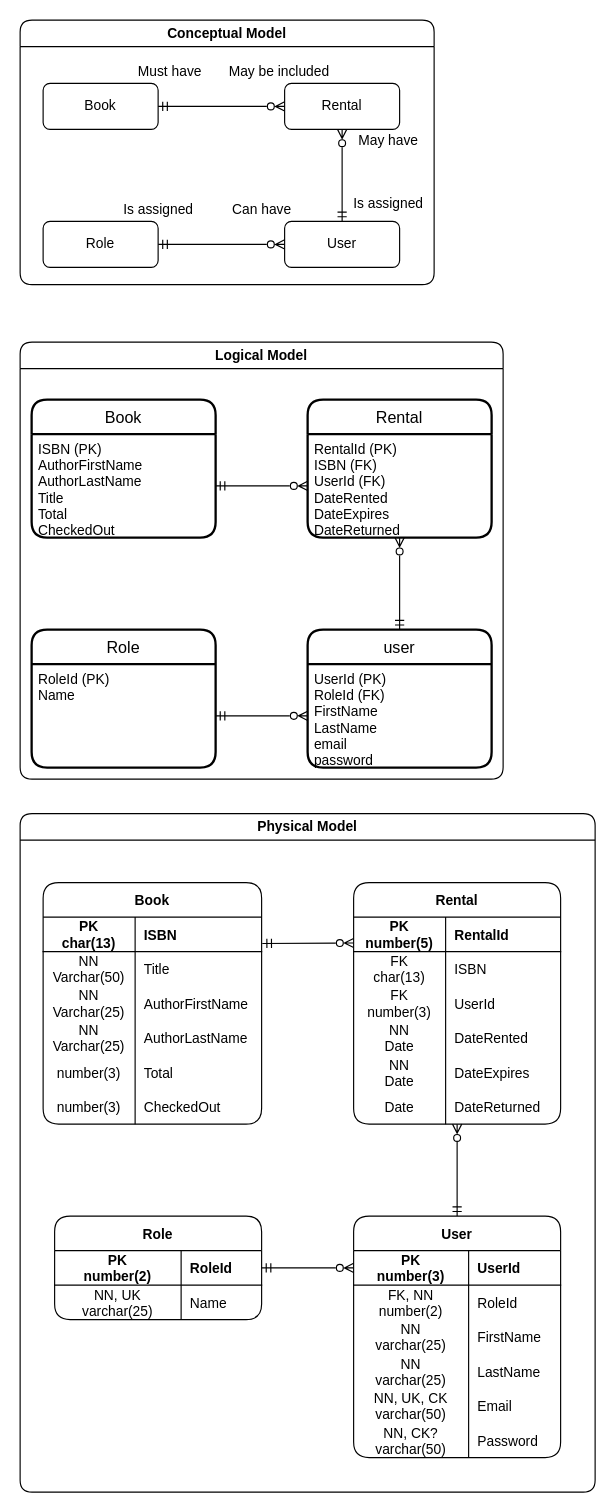
brokolidev/sait-oop2-final keeps this draw.io diagram as SystemDesign/Entity_Relationship_Diagram.drawio. Above is the earlier version. Source tidied: cells renumbered, new cells numbered last; positions are measured from the earlier drawing's top-left corner, leaving out a move shared by most shapes. Both pictures are drawn from the tidied source at 115%, with x=0, y=0 at pixel (20, 20).
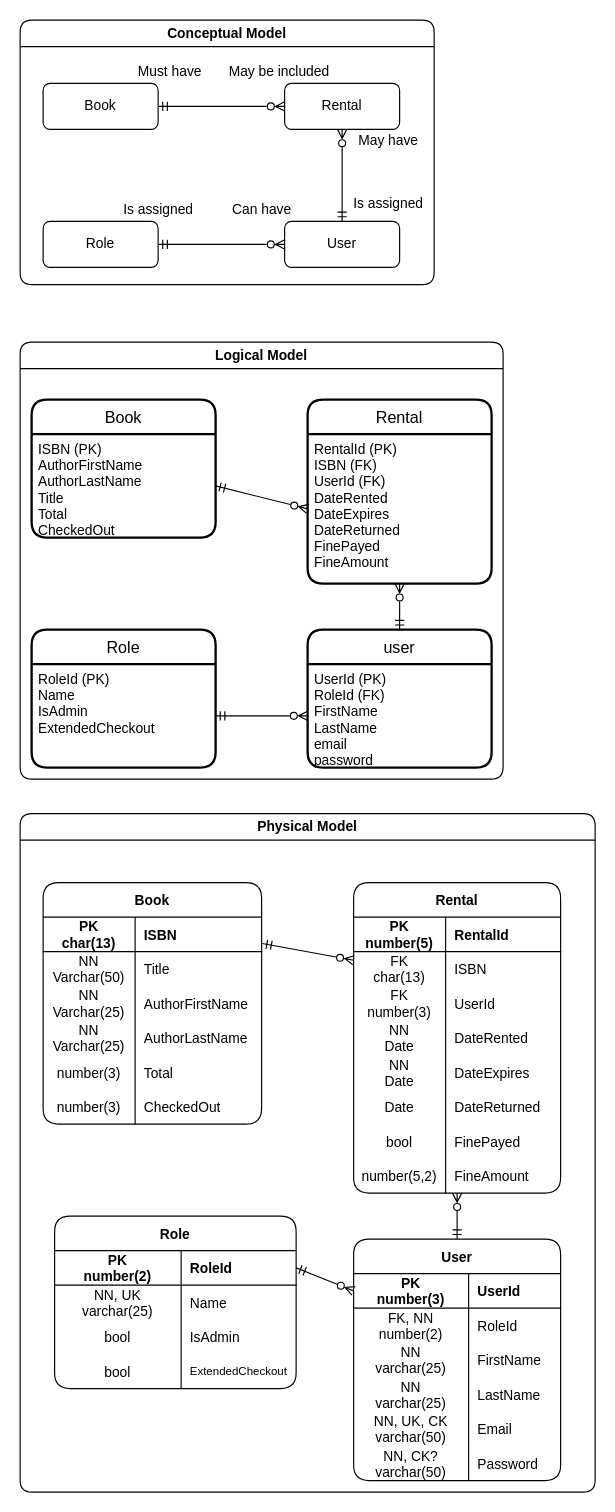
The same diagram, later.

Unchanged cells that the change refers to:
```xml
<mxCell id="16" value="Logical Model" style="swimlane;whiteSpace=wrap;html=1;rounded=1;" parent="1" vertex="1">
  <mxGeometry y="280" width="420" height="380" as="geometry" />
</mxCell>
<mxCell id="21" value="Role" style="swimlane;horizontal=1;startSize=30;rounded=1;fontSize=14;fontStyle=0;strokeWidth=2;shadow=0;dashed=0;align=center;" parent="16" vertex="1">
  <mxGeometry x="10" y="250" width="160" height="120" as="geometry" />
</mxCell>
<mxCell id="28" value="Physical Model" style="swimlane;whiteSpace=wrap;html=1;rounded=1;" parent="1" vertex="1">
  <mxGeometry y="690" width="500" height="590" as="geometry" />
</mxCell>
<mxCell id="65" style="shape=tableRow;horizontal=0;startSize=0;swimlaneHead=0;swimlaneBody=0;fillColor=none;points=[[0,0.5],[1,0.5]];portConstraint=eastwest;top=0;left=0;right=0;bottom=0;rounded=1;" parent="49" vertex="1">
  <mxGeometry y="180" width="180" height="30" as="geometry" />
</mxCell>
```

Change to the diagram source:
```diff
@@
     <mxCell id="19" value="Rental" style="swimlane;horizontal=1;startSize=30;rounded=1;fontSize=14;fontStyle=0;strokeWidth=2;shadow=0;dashed=0;align=center;arcSize=15;" parent="16" vertex="1">
-      <mxGeometry x="250" y="50" width="160" height="120" as="geometry" />
+      <mxGeometry x="250" y="50" width="160" height="160" as="geometry" />
     </mxCell>
-    <mxCell id="20" value="RentalId (PK)&#10;ISBN (FK)&#10;UserId (FK)&#10;DateRented&#10;DateExpires&#10;DateReturned" style="align=left;strokeColor=none;fillColor=none;spacingLeft=4;fontSize=12;verticalAlign=top;rounded=1;" parent="19" vertex="1">
-      <mxGeometry y="30" width="160" height="90" as="geometry" />
+    <mxCell id="20" value="RentalId (PK)&#10;ISBN (FK)&#10;UserId (FK)&#10;DateRented&#10;DateExpires&#10;DateReturned&#10;FinePayed&#10;FineAmount" style="align=left;strokeColor=none;fillColor=none;spacingLeft=4;fontSize=12;verticalAlign=top;rounded=1;" parent="19" vertex="1">
+      <mxGeometry y="30" width="160" height="130" as="geometry" />
     </mxCell>
@@
-    <mxCell id="22" value="RoleId (PK)&#10;Name" style="align=left;strokeColor=none;fillColor=none;spacingLeft=4;fontSize=12;verticalAlign=top;rounded=1;" parent="21" vertex="1">
+    <mxCell id="22" value="RoleId (PK)&#10;Name&#10;IsAdmin&#10;ExtendedCheckout" style="align=left;strokeColor=none;fillColor=none;spacingLeft=4;fontSize=12;verticalAlign=top;rounded=1;" parent="21" vertex="1">
       <mxGeometry y="30" width="160" height="90" as="geometry" />
     </mxCell>
@@
     <mxCell id="49" value="Rental" style="shape=table;startSize=30;childLayout=tableLayout;rowLines=0;fontStyle=1;align=center;rounded=1;" parent="28" vertex="1">
-      <mxGeometry x="290" y="60" width="180" height="210" as="geometry" />
+      <mxGeometry x="290" y="60" width="180" height="270" as="geometry" />
     </mxCell>
@@
+    <mxCell id="96" style="shape=tableRow;horizontal=0;startSize=0;swimlaneHead=0;swimlaneBody=0;fillColor=none;top=0;left=0;right=0;bottom=0;" parent="49" vertex="1">
+      <mxGeometry y="210" width="180" height="30" as="geometry" />
+    </mxCell>
+    <mxCell id="97" value="bool" style="shape=partialRectangle;fillColor=none;top=0;left=0;bottom=0;right=0;fontStyle=0;overflow=hidden;" parent="96" vertex="1">
+      <mxGeometry width="80" height="30" as="geometry" />
+    </mxCell>
+    <mxCell id="98" value="FinePayed" style="shape=partialRectangle;fillColor=none;top=0;left=0;bottom=0;right=0;align=left;spacingLeft=6;fontStyle=0;overflow=hidden;" parent="96" vertex="1">
+      <mxGeometry x="80" width="100" height="30" as="geometry" />
+    </mxCell>
+    <mxCell id="99" style="shape=tableRow;horizontal=0;startSize=0;swimlaneHead=0;swimlaneBody=0;fillColor=none;top=0;left=0;right=0;bottom=0;fontSize=10;" parent="49" vertex="1">
+      <mxGeometry y="240" width="180" height="30" as="geometry" />
+    </mxCell>
+    <mxCell id="100" value="number(5,2)" style="shape=partialRectangle;fillColor=none;top=0;left=0;bottom=0;right=0;fontStyle=0;overflow=hidden;fontSize=12;" parent="99" vertex="1">
+      <mxGeometry width="80" height="30" as="geometry" />
+    </mxCell>
+    <mxCell id="101" value="FineAmount" style="shape=partialRectangle;fillColor=none;top=0;left=0;bottom=0;right=0;align=left;spacingLeft=6;fontStyle=0;overflow=hidden;fontSize=12;" parent="99" vertex="1">
+      <mxGeometry x="80" width="100" height="30" as="geometry" />
+    </mxCell>
     <mxCell id="68" value="Role" style="shape=table;startSize=30;childLayout=tableLayout;rowLines=0;fontStyle=1;align=center;rounded=1;" parent="28" vertex="1">
-      <mxGeometry x="30" y="350" width="180" height="90" as="geometry" />
+      <mxGeometry x="30" y="350" width="210" height="150" as="geometry" />
     </mxCell>
     <mxCell id="69" style="shape=tableRow;horizontal=0;startSize=0;swimlaneHead=0;swimlaneBody=0;fillColor=none;points=[[0,0.5],[1,0.5]];portConstraint=eastwest;top=0;left=0;right=0;bottom=1;rounded=1;" parent="68" vertex="1">
-      <mxGeometry y="30" width="180" height="30" as="geometry" />
+      <mxGeometry y="30" width="210" height="30" as="geometry" />
     </mxCell>
@@
     <mxCell id="71" value="RoleId" style="shape=partialRectangle;fillColor=none;top=0;left=0;bottom=0;right=0;align=left;spacingLeft=6;fontStyle=1;overflow=hidden;rounded=1;" parent="69" vertex="1">
-      <mxGeometry x="110" width="70" height="30" as="geometry" />
+      <mxGeometry x="110" width="100" height="30" as="geometry" />
     </mxCell>
     <mxCell id="72" style="shape=tableRow;horizontal=0;startSize=0;swimlaneHead=0;swimlaneBody=0;fillColor=none;top=0;left=0;right=0;bottom=0;rounded=1;" parent="68" vertex="1">
-      <mxGeometry y="60" width="180" height="30" as="geometry" />
+      <mxGeometry y="60" width="210" height="30" as="geometry" />
     </mxCell>
@@
     <mxCell id="74" value="Name" style="shape=partialRectangle;fillColor=none;top=0;left=0;bottom=0;right=0;align=left;spacingLeft=6;overflow=hidden;rounded=1;" parent="72" vertex="1">
-      <mxGeometry x="110" width="70" height="30" as="geometry" />
+      <mxGeometry x="110" width="100" height="30" as="geometry" />
     </mxCell>
+    <mxCell id="102" style="shape=tableRow;horizontal=0;startSize=0;swimlaneHead=0;swimlaneBody=0;fillColor=none;top=0;left=0;right=0;bottom=0;" parent="68" vertex="1">
+      <mxGeometry y="90" width="210" height="30" as="geometry" />
+    </mxCell>
+    <mxCell id="103" value="bool" style="shape=partialRectangle;fillColor=none;top=0;left=0;bottom=0;right=0;fontStyle=0;overflow=hidden;" parent="102" vertex="1">
+      <mxGeometry width="110" height="30" as="geometry" />
+    </mxCell>
+    <mxCell id="104" value="IsAdmin" style="shape=partialRectangle;fillColor=none;top=0;left=0;bottom=0;right=0;align=left;spacingLeft=6;fontStyle=0;overflow=hidden;" parent="102" vertex="1">
+      <mxGeometry x="110" width="100" height="30" as="geometry" />
+    </mxCell>
+    <mxCell id="105" style="shape=tableRow;horizontal=0;startSize=0;swimlaneHead=0;swimlaneBody=0;fillColor=none;top=0;left=0;right=0;bottom=0;" parent="68" vertex="1">
+      <mxGeometry y="120" width="210" height="30" as="geometry" />
+    </mxCell>
+    <mxCell id="106" value="bool" style="shape=partialRectangle;fillColor=none;top=0;left=0;bottom=0;right=0;fontStyle=0;overflow=hidden;" parent="105" vertex="1">
+      <mxGeometry width="110" height="30" as="geometry" />
+    </mxCell>
+    <mxCell id="107" value="ExtendedCheckout" style="shape=partialRectangle;fillColor=none;top=0;left=0;bottom=0;right=0;align=left;spacingLeft=6;fontStyle=0;overflow=hidden;fontSize=10;" parent="105" vertex="1">
+      <mxGeometry x="110" width="100" height="30" as="geometry" />
+    </mxCell>
-    <mxCell id="75" style="edgeStyle=none;rounded=1;html=1;exitX=0.5;exitY=0;exitDx=0;exitDy=0;entryX=0.5;entryY=1;entryDx=0;entryDy=0;entryPerimeter=0;startArrow=ERmandOne;startFill=0;endArrow=ERzeroToMany;endFill=0;" parent="28" edge="1" source="76" target="65">
-      <mxGeometry relative="1" as="geometry" />
+    <mxCell id="75" style="edgeStyle=none;rounded=1;html=1;exitX=0.5;exitY=0;exitDx=0;exitDy=0;startArrow=ERmandOne;startFill=0;endArrow=ERzeroToMany;endFill=0;" parent="28" edge="1" source="76">
+      <mxGeometry relative="1" as="geometry">
+        <mxPoint x="380" y="330" as="targetPoint" />
+      </mxGeometry>
     </mxCell>
     <mxCell id="76" value="User" style="shape=table;startSize=30;childLayout=tableLayout;rowLines=0;fontStyle=1;align=center;rounded=1;" parent="28" vertex="1">
-      <mxGeometry x="290" y="350" width="180" height="210" as="geometry" />
+      <mxGeometry x="290" y="370" width="180" height="210" as="geometry" />
     </mxCell>
```
